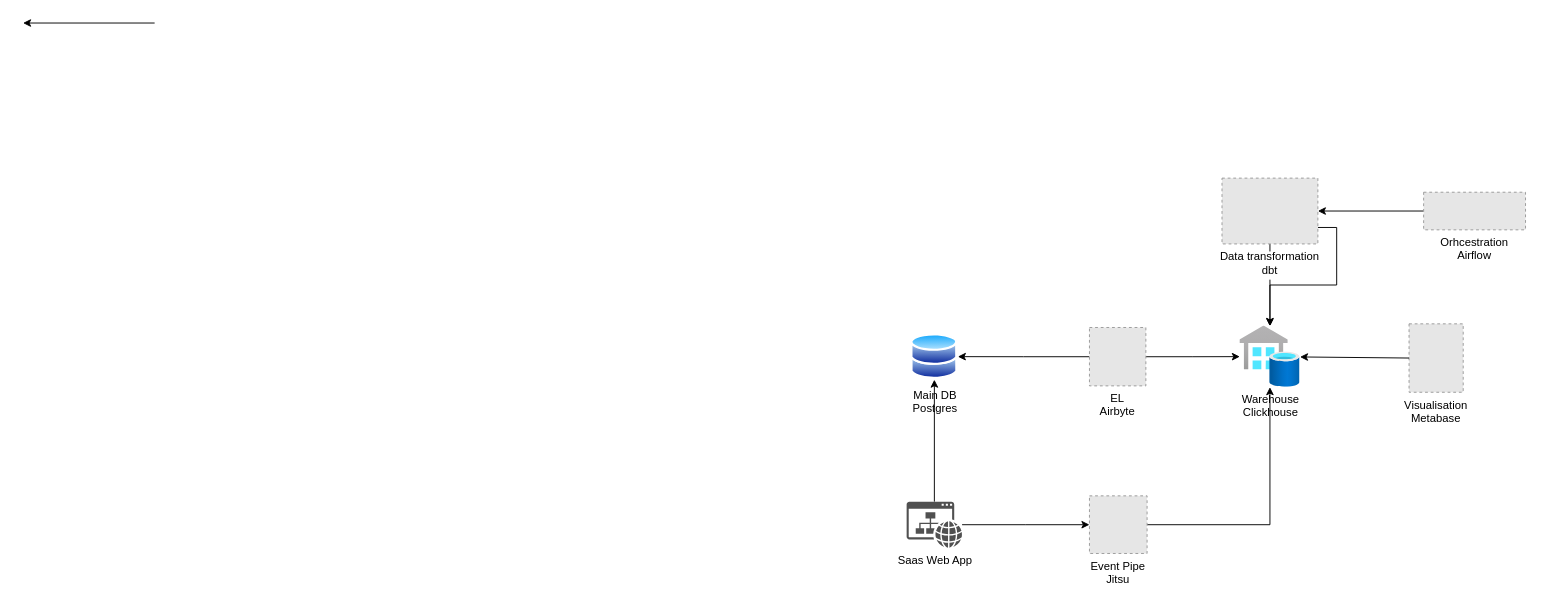
This is diagrams_and_spec/Architecture_diagram.drawio from TLazarevic/saas-analytics-solution, a draw.io file, before an edit. Source tidied: cells renumbered, new cells numbered last; positions are measured from the earlier drawing's top-left corner, leaving out a move shared by most shapes. Both pictures are drawn from the tidied source at 94%, with x=0, y=0 at pixel (23, 23). Pictures stored in the file or linked from it are replaced by grey dashed boxes.
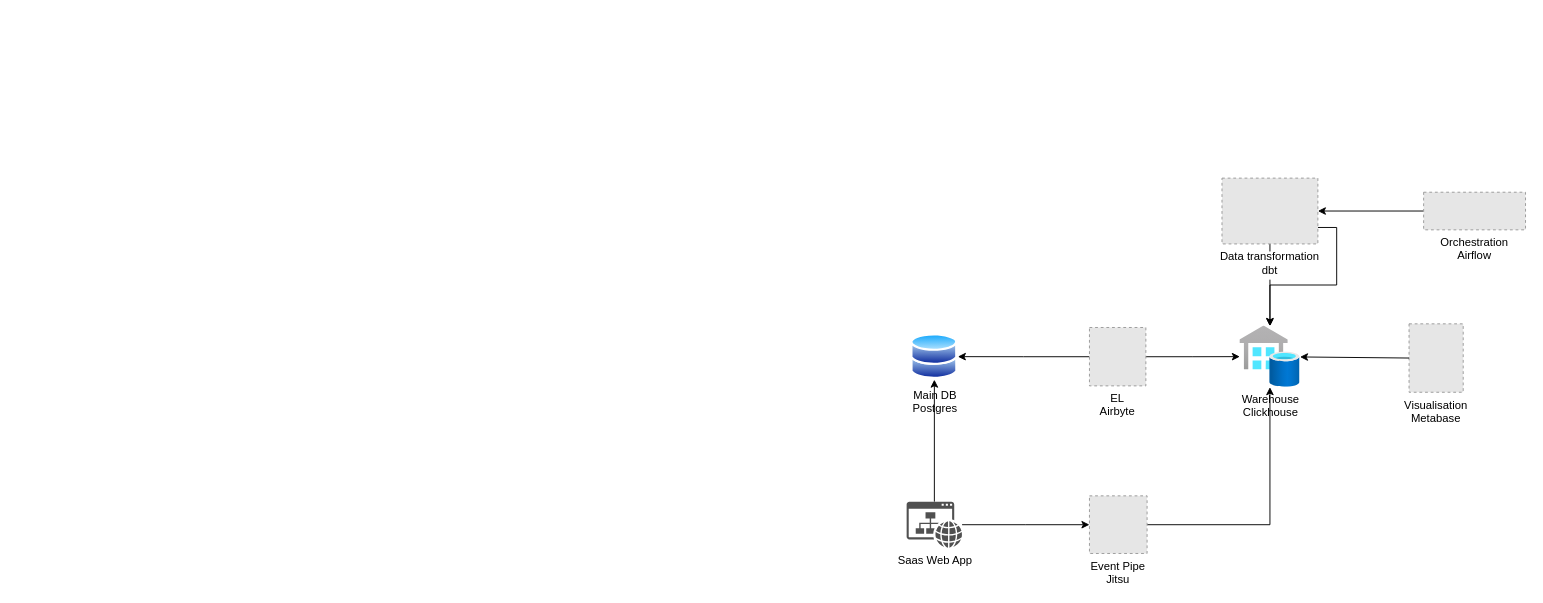
After the change.

What changed in the source:
```diff
@@
-    <mxCell id="8" style="endArrow=classic;html=1;rounded=0;entryX=1;entryY=0.5;entryDx=0;entryDy=0;" parent="1" edge="1">
-      <mxGeometry relative="1" as="geometry">
-        <mxPoint x="140" as="sourcePoint" />
-        <mxPoint as="targetPoint" />
-      </mxGeometry>
-    </mxCell>
@@
-    <mxCell id="19" value="Orhcestration&#10;Airflow" style="fillColor=#E6E6E6;strokeColor=#999999;dashed=1;verticalLabelPosition=bottom;labelBackgroundColor=default;verticalAlign=top;" parent="1" vertex="1">
+    <mxCell id="19" value="Orchestration&#10;Airflow" style="fillColor=#E6E6E6;strokeColor=#999999;dashed=1;verticalLabelPosition=bottom;labelBackgroundColor=default;verticalAlign=top;" parent="1" vertex="1">
       <mxGeometry x="1490" y="180" width="108.4" height="40" as="geometry" />
     </mxCell>
```
